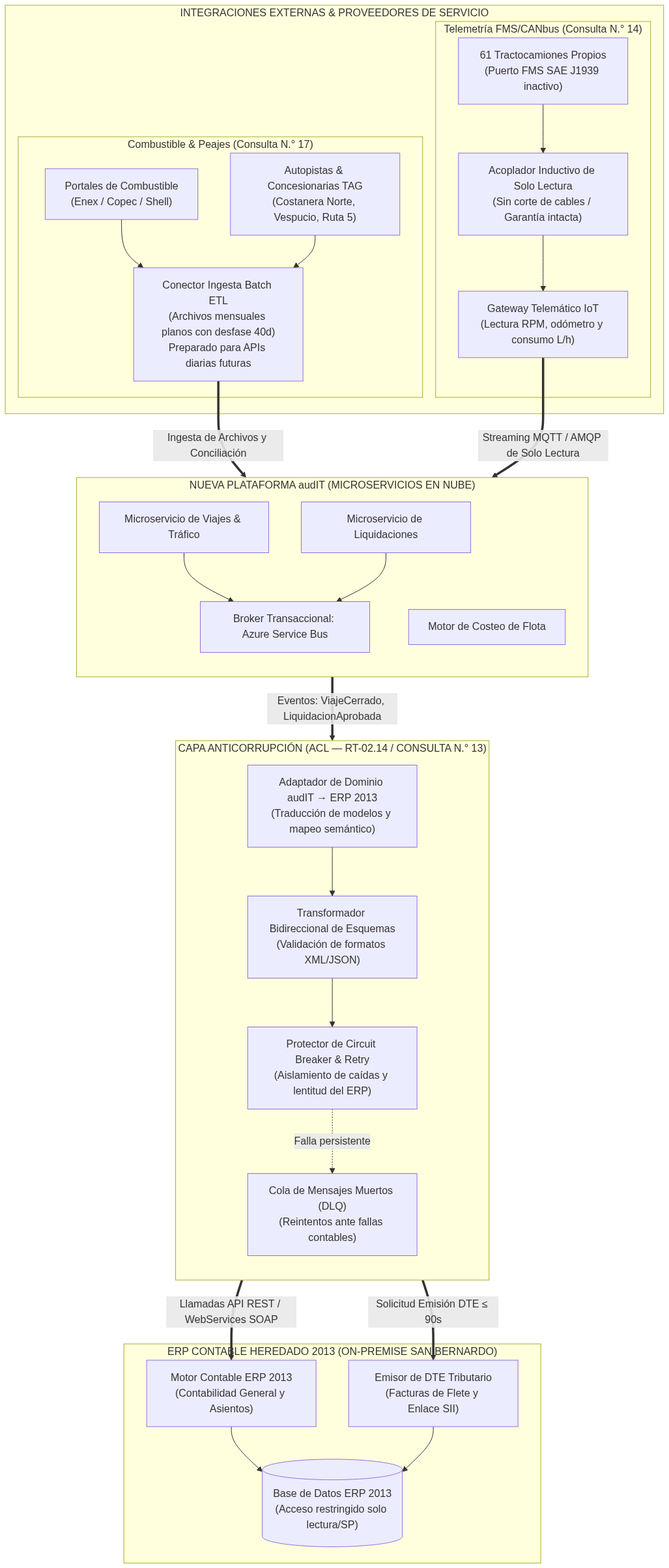
Earlier version of the Mermaid export equipo/D3/diagramas/diagrama12_integracion_acl_erp2013.png (mvergaral/audIT). Its source is kept beside it as equipo/D3/diagramas/diagrama12_integracion_acl_erp2013.mmd. The source it was exported from:
```mermaid
graph TB
    subgraph AUDIT_CORE ["NUEVA PLATAFORMA audIT (MICROSERVICIOS EN NUBE)"]
        direction TB
        MS_VIAJES["Microservicio de Viajes & Tráfico"]
        MS_LIQ["Microservicio de Liquidaciones"]
        MS_COSTOS["Motor de Costeo de Flota"]
        BUS_INT["Broker Transaccional: Azure Service Bus"]
        MS_VIAJES --> BUS_INT
        MS_LIQ --> BUS_INT
    end

    subgraph CAPA_ACL ["CAPA ANTICORRUPCIÓN (ACL — RT-02.14 / CONSULTA N.° 13)"]
        direction TB
        ADAPTER_ERP["Adaptador de Dominio audIT → ERP 2013<br/>(Traducción de modelos y mapeo semántico)"]
        TRANS_ERP["Transformador Bidireccional de Esquemas<br/>(Validación de formatos XML/JSON)"]
        CIRCUIT_ERP["Protector de Circuit Breaker & Retry<br/>(Aislamiento de caídas y lentitud del ERP)"]
        DLQ_ERP["Cola de Mensajes Muertos (DLQ)<br/>(Reintentos ante fallas contables)"]

        ADAPTER_ERP --> TRANS_ERP
        TRANS_ERP --> CIRCUIT_ERP
        CIRCUIT_ERP -.->|Falla persistente| DLQ_ERP
    end

    subgraph SISTEMA_LEGADO ["ERP CONTABLE HEREDADO 2013 (ON-PREMISE SAN BERNARDO)"]
        ERP_APP["Motor Contable ERP 2013<br/>(Contabilidad General y Asientos)"]
        DTE_SVC["Emisor de DTE Tributario<br/>(Facturas de Flete y Enlace SII)"]
        BD_ERP[("Base de Datos ERP 2013<br/>(Acceso restringido solo lectura/SP)")]
        ERP_APP --> BD_ERP
        DTE_SVC --> BD_ERP
    end

    subgraph FUENTES_EXTERNAS ["INTEGRACIONES EXTERNAS & PROVEEDORES DE SERVICIO"]
        subgraph COMBUSTIBLE_PEAJES ["Combustible & Peajes (Consulta N.° 17)"]
            PORTAL_COMB["Portales de Combustible<br/>(Enex / Copec / Shell)"]
            PORTAL_TAG["Autopistas & Concesionarias TAG<br/>(Costanera Norte, Vespucio, Ruta 5)"]
            CONNECTOR_BATCH["Conector Ingesta Batch ETL<br/>(Archivos mensuales planos con desfase 40d)<br/>Preparado para APIs diarias futuras"]
        end

        subgraph CANBUS_FMS ["Telemetría FMS/CANbus (Consulta N.° 14)"]
            TRACTOS_61["61 Tractocamiones Propios<br/>(Puerto FMS SAE J1939 inactivo)"]
            ACOPLADOR["Acoplador Inductivo de Solo Lectura<br/>(Sin corte de cables / Garantía intacta)"]
            CONNECTOR_CAN["Gateway Telemático IoT<br/>(Lectura RPM, odómetro y consumo L/h)"]
        end
    end

    BUS_INT ==>|Eventos: ViajeCerrado, LiquidacionAprobada| ADAPTER_ERP
    CIRCUIT_ERP ==>|Llamadas API REST / WebServices SOAP| ERP_APP
    CIRCUIT_ERP ==>|Solicitud Emisión DTE ≤ 90s| DTE_SVC

    PORTAL_COMB --> CONNECTOR_BATCH
    PORTAL_TAG --> CONNECTOR_BATCH
    CONNECTOR_BATCH ==>|Ingesta de Archivos y Conciliación| MS_COSTOS

    TRACTOS_61 --> ACOPLADOR
    ACOPLADOR --> CONNECTOR_CAN
    CONNECTOR_CAN ==>|Streaming MQTT / AMQP de Solo Lectura| MS_COSTOS
```
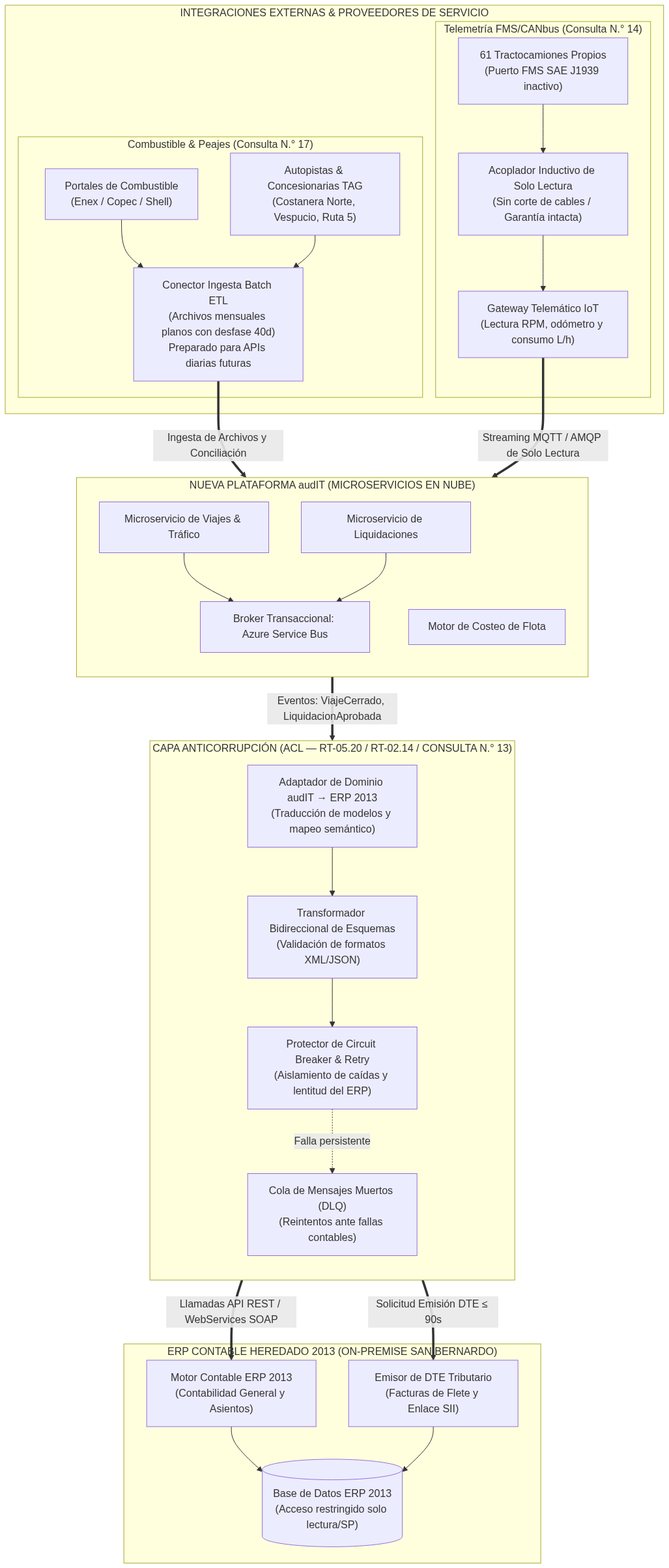
After the commit.

The edit, as a diff of the source:
```diff
@@ -9,7 +9,7 @@
         MS_LIQ --> BUS_INT
     end
 
-    subgraph CAPA_ACL ["CAPA ANTICORRUPCIÓN (ACL — RT-02.14 / CONSULTA N.° 13)"]
+    subgraph CAPA_ACL ["CAPA ANTICORRUPCIÓN (ACL — RT-05.20 / RT-02.14 / CONSULTA N.° 13)"]
         direction TB
         ADAPTER_ERP["Adaptador de Dominio audIT → ERP 2013<br/>(Traducción de modelos y mapeo semántico)"]
         TRANS_ERP["Transformador Bidireccional de Esquemas<br/>(Validación de formatos XML/JSON)"]
```
